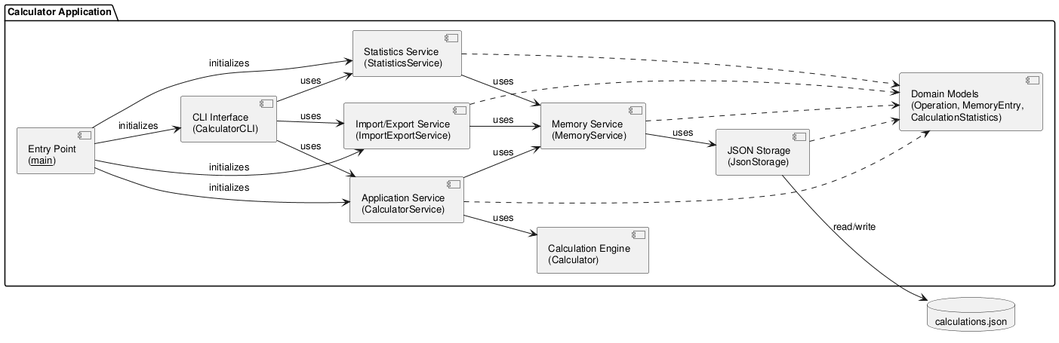
Earlier version of the PlantUML export experiments/pipeline/user_stories/calculator/artifacts/component_diagram.png (DanielRiha8906/Software_autoevolution_using_agents).
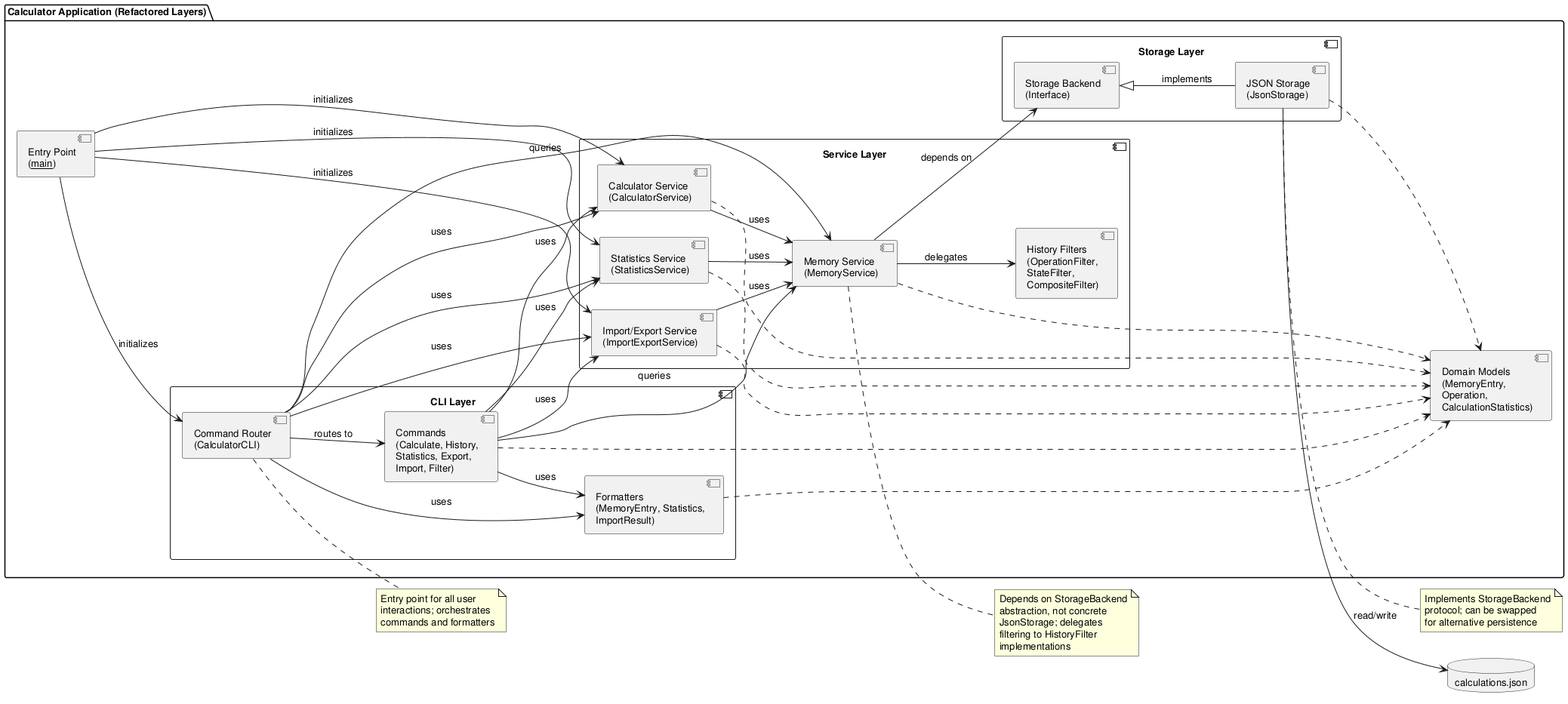
Later version of the same file.

Change to the diagram source:
```diff
@@ -4,41 +4,89 @@
 skinparam defaultFontSize 13
 left to right direction
 
-package "Calculator Application" {
+package "Calculator Application (Refactored Layers)" {
 
     component "Entry Point\n(__main__)" as Main
-    component "CLI Interface\n(CalculatorCLI)" as CLI
-    component "Application Service\n(CalculatorService)" as Service
-    component "Statistics Service\n(StatisticsService)" as Statistics
-    component "Import/Export Service\n(ImportExportService)" as ImportExport
-    component "Calculation Engine\n(Calculator)" as Calc
-    component "Memory Service\n(MemoryService)" as Memory
-    component "JSON Storage\n(JsonStorage)" as Store
-    component "Domain Models\n(Operation, MemoryEntry,\nCalculationStatistics)" as Models
+
+    component "CLI Layer" {
+        component "Command Router\n(CalculatorCLI)" as CLI
+        component "Commands\n(Calculate, History,\nStatistics, Export,\nImport, Filter)" as Commands
+        component "Formatters\n(MemoryEntry, Statistics,\nImportResult)" as Formatters
+    }
+
+    component "Service Layer" {
+        component "Calculator Service\n(CalculatorService)" as Service
+        component "Statistics Service\n(StatisticsService)" as Statistics
+        component "Import/Export Service\n(ImportExportService)" as ImportExport
+        component "Memory Service\n(MemoryService)" as Memory
+        component "History Filters\n(OperationFilter,\nStateFilter,\nCompositeFilter)" as HistoryFilters
+    }
+
+    component "Storage Layer" {
+        component "Storage Backend\n(Interface)" as StorageInterface
+        component "JSON Storage\n(JsonStorage)" as Store
+    }
+
+    component "Domain Models\n(MemoryEntry,\nOperation,\nCalculationStatistics)" as Models
 
     Main --> CLI : initializes
     Main --> Service : initializes
     Main --> Statistics : initializes
     Main --> ImportExport : initializes
 
+    CLI --> Commands : routes to
+    CLI --> Formatters : uses
     CLI --> Service : uses
     CLI --> Statistics : uses
     CLI --> ImportExport : uses
-    Service --> Calc : uses
+    CLI --> Memory : queries
+
+    Commands --> Service : uses
+    Commands --> Statistics : uses
+    Commands --> ImportExport : uses
+    Commands --> Memory : queries
+    Commands --> Formatters : uses
+
     Service --> Memory : uses
     Statistics --> Memory : uses
     ImportExport --> Memory : uses
-    Memory --> Store : uses
+
+    Memory --> HistoryFilters : delegates
+    Memory --> StorageInterface : depends on
+
+    StorageInterface <|-- Store : implements
 
     Service ..> Models
     Statistics ..> Models
     ImportExport ..> Models
     Memory ..> Models
     Store ..> Models
+    Commands ..> Models
+    Formatters ..> Models
 }
 
 database "calculations.json" as DB
 
 Store --> DB : read/write
 
+note right of CLI
+    Entry point for all user
+    interactions; orchestrates
+    commands and formatters
+end note
+
+note right of Memory
+    Depends on StorageBackend
+    abstraction, not concrete
+    JsonStorage; delegates
+    filtering to HistoryFilter
+    implementations
+end note
+
+note right of Store
+    Implements StorageBackend
+    protocol; can be swapped
+    for alternative persistence
+end note
+
 @enduml
```
